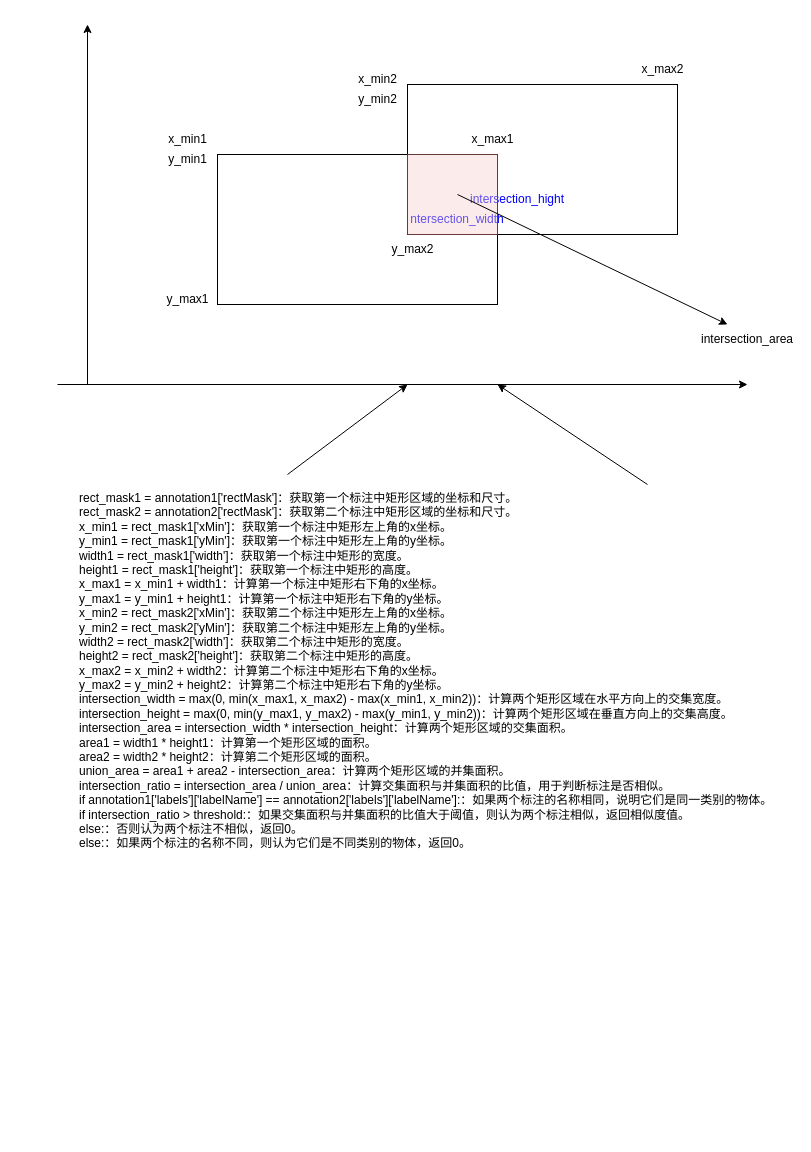
ajieio/draw.io keeps this draw.io diagram as 审核标注结果.drawio. Above is the earlier version. Source tidied: cells renumbered, new cells numbered last; positions are measured from the earlier drawing's top-left corner, leaving out a move shared by most shapes. Both pictures are drawn from the tidied source at 100%, with x=0, y=0 at pixel (57, 24).
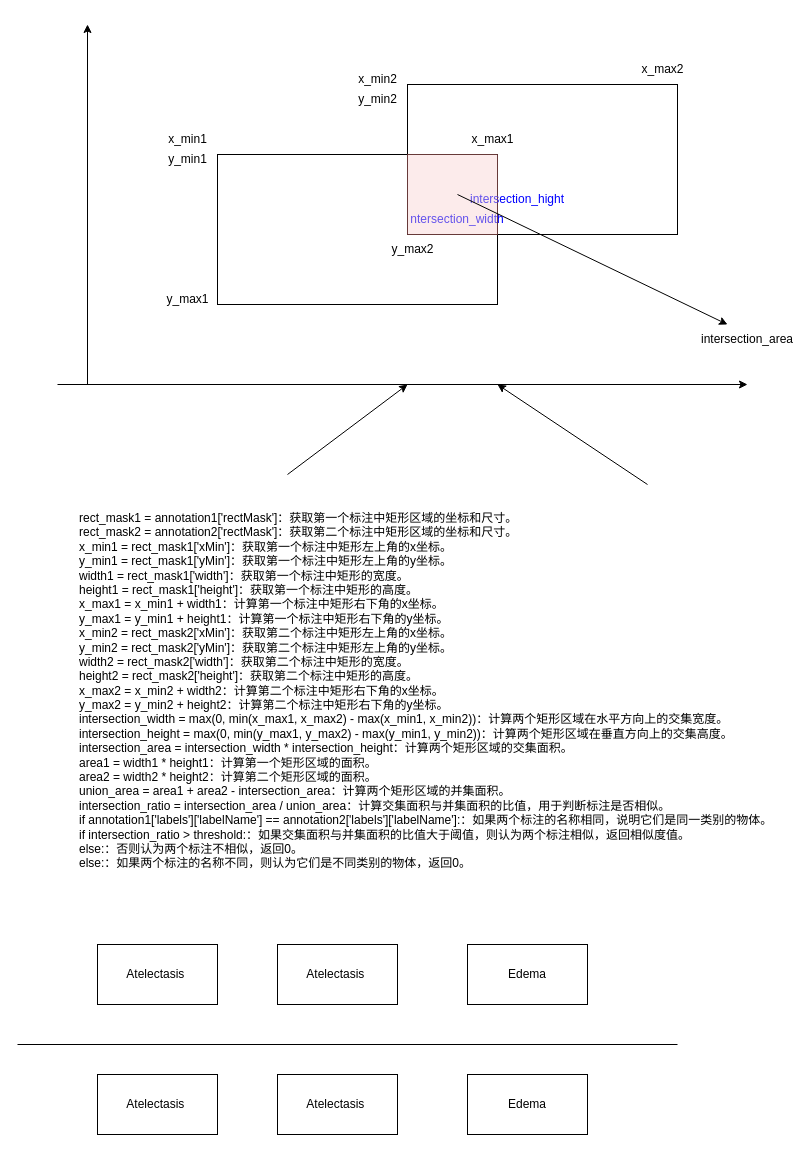
After the change.

Commit message:
更新审核标注结果.drawio

Change to the diagram source:
```diff
@@
     <mxCell id="2" value="rect_mask1 = annotation1['rectMask']：获取第一个标注中矩形区域的坐标和尺寸。&#10;rect_mask2 = annotation2['rectMask']：获取第二个标注中矩形区域的坐标和尺寸。&#10;x_min1 = rect_mask1['xMin']：获取第一个标注中矩形左上角的x坐标。&#10;y_min1 = rect_mask1['yMin']：获取第一个标注中矩形左上角的y坐标。&#10;width1 = rect_mask1['width']：获取第一个标注中矩形的宽度。&#10;height1 = rect_mask1['height']：获取第一个标注中矩形的高度。&#10;x_max1 = x_min1 + width1：计算第一个标注中矩形右下角的x坐标。&#10;y_max1 = y_min1 + height1：计算第一个标注中矩形右下角的y坐标。&#10;x_min2 = rect_mask2['xMin']：获取第二个标注中矩形左上角的x坐标。&#10;y_min2 = rect_mask2['yMin']：获取第二个标注中矩形左上角的y坐标。&#10;width2 = rect_mask2['width']：获取第二个标注中矩形的宽度。&#10;height2 = rect_mask2['height']：获取第二个标注中矩形的高度。&#10;x_max2 = x_min2 + width2：计算第二个标注中矩形右下角的x坐标。&#10;y_max2 = y_min2 + height2：计算第二个标注中矩形右下角的y坐标。&#10;intersection_width = max(0, min(x_max1, x_max2) - max(x_min1, x_min2))：计算两个矩形区域在水平方向上的交集宽度。&#10;intersection_height = max(0, min(y_max1, y_max2) - max(y_min1, y_min2))：计算两个矩形区域在垂直方向上的交集高度。&#10;intersection_area = intersection_width * intersection_height：计算两个矩形区域的交集面积。&#10;area1 = width1 * height1：计算第一个矩形区域的面积。&#10;area2 = width2 * height2：计算第二个矩形区域的面积。&#10;union_area = area1 + area2 - intersection_area：计算两个矩形区域的并集面积。&#10;intersection_ratio = intersection_area / union_area：计算交集面积与并集面积的比值，用于判断标注是否相似。&#10;if annotation1['labels']['labelName'] == annotation2['labels']['labelName']:：如果两个标注的名称相同，说明它们是同一类别的物体。&#10;if intersection_ratio &gt; threshold:：如果交集面积与并集面积的比值大于阈值，则认为两个标注相似，返回相似度值。&#10;else:：否则认为两个标注不相似，返回0。&#10;else:：如果两个标注的名称不同，则认为它们是不同类别的物体，返回0。" style="text;whiteSpace=wrap;" parent="1" vertex="1">
-      <mxGeometry x="20" y="460" width="700" height="370" as="geometry" />
+      <mxGeometry x="20" y="480" width="700" height="370" as="geometry" />
     </mxCell>
@@
+    <mxCell id="23" value="Atelectasis&amp;nbsp;" style="rounded=0;whiteSpace=wrap;html=1;" parent="1" vertex="1">
+      <mxGeometry x="40" y="920" width="120" height="60" as="geometry" />
+    </mxCell>
+    <mxCell id="24" value="Atelectasis&amp;nbsp;" style="rounded=0;whiteSpace=wrap;html=1;" parent="1" vertex="1">
+      <mxGeometry x="220" y="920" width="120" height="60" as="geometry" />
+    </mxCell>
+    <mxCell id="25" value="Edema" style="rounded=0;whiteSpace=wrap;html=1;" parent="1" vertex="1">
+      <mxGeometry x="410" y="920" width="120" height="60" as="geometry" />
+    </mxCell>
+    <mxCell id="26" value="Atelectasis&amp;nbsp;" style="rounded=0;whiteSpace=wrap;html=1;" parent="1" vertex="1">
+      <mxGeometry x="40" y="1050" width="120" height="60" as="geometry" />
+    </mxCell>
+    <mxCell id="27" value="Atelectasis&amp;nbsp;" style="rounded=0;whiteSpace=wrap;html=1;" parent="1" vertex="1">
+      <mxGeometry x="220" y="1050" width="120" height="60" as="geometry" />
+    </mxCell>
+    <mxCell id="28" value="Edema" style="rounded=0;whiteSpace=wrap;html=1;" parent="1" vertex="1">
+      <mxGeometry x="410" y="1050" width="120" height="60" as="geometry" />
+    </mxCell>
+    <mxCell id="29" style="endArrow=none;html=1;rounded=0;" parent="1" edge="1">
+      <mxGeometry relative="1" as="geometry">
+        <mxPoint x="-40" y="1020" as="sourcePoint" />
+        <mxPoint x="620" y="1020" as="targetPoint" />
+      </mxGeometry>
+    </mxCell>
```
